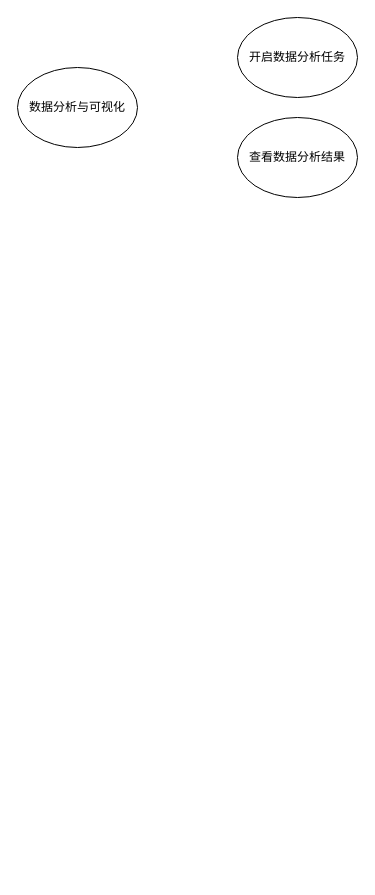
The draw.io diagram 数据分析与可视化.drawio in fengyouliang/drawio, before the edit. Source tidied: cells renumbered, new cells numbered last; positions are measured from the earlier drawing's top-left corner, leaving out a move shared by most shapes. Both pictures are drawn from the tidied source at 100%, with x=0, y=0 at pixel (17, 17).
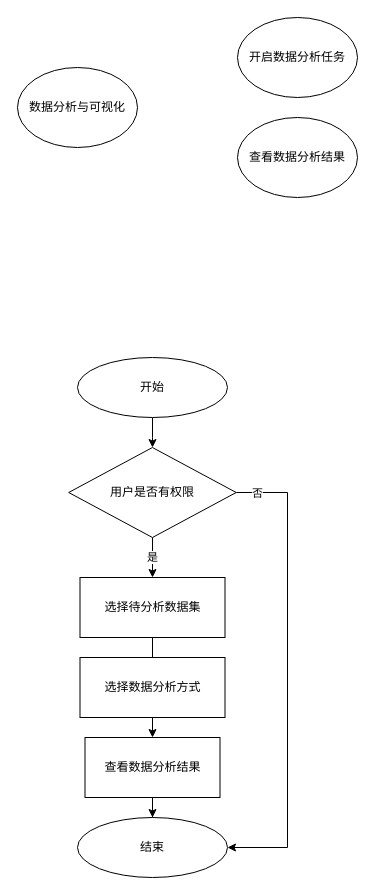
Above is the later version.

Commit message:
更新数据分析与可视化.drawio

Change to the diagram source:
```diff
@@
 <mxGraphModel>
   <root>
     <mxCell id="0" />
     <mxCell id="1" parent="0" />
     <mxCell id="2" value="数据分析与可视化" style="ellipse;whiteSpace=wrap;html=1;" parent="1" vertex="1">
       <mxGeometry y="50" width="120" height="80" as="geometry" />
     </mxCell>
     <mxCell id="3" value="查看数据分析结果" style="ellipse;whiteSpace=wrap;html=1;" parent="1" vertex="1">
       <mxGeometry x="220" y="100" width="120" height="80" as="geometry" />
     </mxCell>
     <mxCell id="4" value="开启数据分析任务" style="ellipse;whiteSpace=wrap;html=1;" parent="1" vertex="1">
       <mxGeometry x="220" width="120" height="80" as="geometry" />
     </mxCell>
+    <mxCell id="5" style="edgeStyle=orthogonalEdgeStyle;rounded=0;jettySize=auto;html=1;" parent="1" edge="1" source="6" target="10">
+      <mxGeometry relative="1" as="geometry" />
+    </mxCell>
+    <mxCell id="6" value="开始" style="ellipse;whiteSpace=wrap;html=1;" parent="1" vertex="1">
+      <mxGeometry x="60" y="340" width="150" height="60" as="geometry" />
+    </mxCell>
+    <mxCell id="7" value="是" style="edgeStyle=orthogonalEdgeStyle;rounded=0;jettySize=auto;html=1;" parent="1" edge="1" source="10" target="12">
+      <mxGeometry relative="1" as="geometry" />
+    </mxCell>
+    <mxCell id="8" style="edgeStyle=orthogonalEdgeStyle;rounded=0;jettySize=auto;html=1;exitX=1;exitY=0.5;exitDx=0;exitDy=0;entryX=1;entryY=0.5;entryDx=0;entryDy=0;" parent="1" edge="1" source="10" target="16">
+      <mxGeometry relative="1" as="geometry">
+        <Array as="points">
+          <mxPoint x="270" y="475" />
+          <mxPoint x="270" y="830" />
+        </Array>
+      </mxGeometry>
+    </mxCell>
+    <mxCell id="9" value="否" style="edgeLabel;html=1;align=center;verticalAlign=middle;" parent="8" vertex="1">
+      <mxGeometry x="-0.84" y="-2" relative="1" as="geometry">
+        <mxPoint x="-16" y="-2" as="offset" />
+      </mxGeometry>
+    </mxCell>
+    <mxCell id="10" value="用户是否有权限" style="rhombus;whiteSpace=wrap;html=1;" parent="1" vertex="1">
+      <mxGeometry x="51.2" y="430" width="167.5" height="90" as="geometry" />
+    </mxCell>
+    <mxCell id="11" style="edgeStyle=orthogonalEdgeStyle;rounded=0;jettySize=auto;html=1;" parent="1" edge="1" source="12" target="15">
+      <mxGeometry relative="1" as="geometry" />
+    </mxCell>
+    <mxCell id="12" value="选择待分析数据集" style="rounded=0;whiteSpace=wrap;html=1;" parent="1" vertex="1">
+      <mxGeometry x="62.5" y="560" width="145" height="60" as="geometry" />
+    </mxCell>
+    <mxCell id="13" value="选择数据分析方式" style="rounded=0;whiteSpace=wrap;html=1;" parent="1" vertex="1">
+      <mxGeometry x="62.5" y="640" width="145" height="60" as="geometry" />
+    </mxCell>
+    <mxCell id="14" style="edgeStyle=orthogonalEdgeStyle;rounded=0;jettySize=auto;html=1;" parent="1" edge="1" source="15" target="16">
+      <mxGeometry relative="1" as="geometry" />
+    </mxCell>
+    <mxCell id="15" value="查看数据分析结果" style="rounded=0;whiteSpace=wrap;html=1;" parent="1" vertex="1">
+      <mxGeometry x="67.5" y="720" width="135" height="60" as="geometry" />
+    </mxCell>
+    <mxCell id="16" value="结束" style="ellipse;whiteSpace=wrap;html=1;" parent="1" vertex="1">
+      <mxGeometry x="60" y="800" width="150" height="60" as="geometry" />
+    </mxCell>
   </root>
 </mxGraphModel>
```
